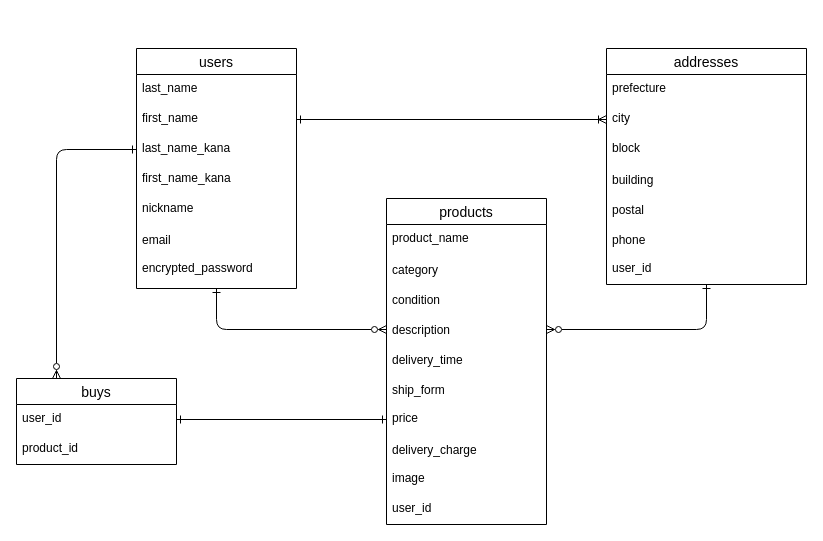
The draw.io diagram table_er.dio in MITSUAKIHAYAKAWA/furima-38209, before the edit. Source tidied: cells renumbered, new cells numbered last; positions are measured from the earlier drawing's top-left corner, leaving out a move shared by most shapes. Both pictures are drawn from the tidied source at 100%, with x=0, y=0 at pixel (16, 48).
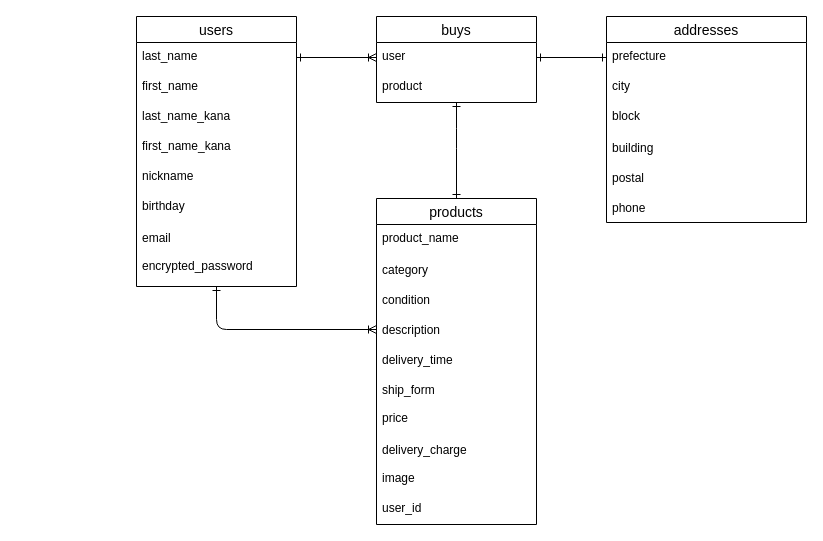
After the change.

The change refers to these unchanged cells:
```xml
<mxCell id="4" value="last_name" style="text;strokeColor=none;fillColor=none;spacingLeft=4;spacingRight=4;overflow=hidden;points=[[0,0.5],[1,0.5]];portConstraint=eastwest;fontSize=12;" parent="3" vertex="1">
  <mxGeometry y="26" width="160" height="30" as="geometry" />
</mxCell>
<mxCell id="5" value="first_name" style="text;strokeColor=none;fillColor=none;spacingLeft=4;spacingRight=4;overflow=hidden;points=[[0,0.5],[1,0.5]];portConstraint=eastwest;fontSize=12;" parent="3" vertex="1">
  <mxGeometry y="56" width="160" height="30" as="geometry" />
</mxCell>
<mxCell id="6" value="last_name_kana" style="text;strokeColor=none;fillColor=none;spacingLeft=4;spacingRight=4;overflow=hidden;points=[[0,0.5],[1,0.5]];portConstraint=eastwest;fontSize=12;" parent="3" vertex="1">
  <mxGeometry y="86" width="160" height="30" as="geometry" />
</mxCell>
<mxCell id="15" value="description" style="text;strokeColor=none;fillColor=none;align=left;verticalAlign=middle;spacingLeft=4;spacingRight=4;overflow=hidden;points=[[0,0.5],[1,0.5]];portConstraint=eastwest;" parent="11" vertex="1">
  <mxGeometry y="116" width="160" height="30" as="geometry" />
</mxCell>
<mxCell id="18" value="price" style="text;strokeColor=none;fillColor=none;spacingLeft=4;spacingRight=4;overflow=hidden;points=[[0,0.5],[1,0.5]];portConstraint=eastwest;fontSize=12;" parent="11" vertex="1">
  <mxGeometry y="206" width="160" height="30" as="geometry" />
</mxCell>
<mxCell id="24" value="prefecture" style="text;strokeColor=none;fillColor=none;spacingLeft=4;spacingRight=4;overflow=hidden;points=[[0,0.5],[1,0.5]];portConstraint=eastwest;fontSize=12;" parent="23" vertex="1">
  <mxGeometry y="26" width="200" height="30" as="geometry" />
</mxCell>
<mxCell id="25" value="city" style="text;strokeColor=none;fillColor=none;spacingLeft=4;spacingRight=4;overflow=hidden;points=[[0,0.5],[1,0.5]];portConstraint=eastwest;fontSize=12;" parent="23" vertex="1">
  <mxGeometry y="56" width="200" height="30" as="geometry" />
</mxCell>
```

What changed in the source:
```diff
@@
-    <mxCell id="2" style="edgeStyle=none;html=1;entryX=0;entryY=0.5;entryDx=0;entryDy=0;startArrow=ERone;startFill=0;endArrow=ERzeroToMany;endFill=0;" parent="1" edge="1" source="3" target="15">
+    <mxCell id="2" style="edgeStyle=none;html=1;entryX=0;entryY=0.5;entryDx=0;entryDy=0;startArrow=ERone;startFill=0;endArrow=ERoneToMany;endFill=0;" parent="1" edge="1" source="3" target="15">
       <mxGeometry relative="1" as="geometry">
         <Array as="points">
           <mxPoint x="200" y="281" />
         </Array>
       </mxGeometry>
     </mxCell>
     <mxCell id="3" value="users" style="swimlane;fontStyle=0;horizontal=1;startSize=26;align=center;fontSize=14;" parent="1" vertex="1">
-      <mxGeometry x="120" width="160" height="240" as="geometry" />
+      <mxGeometry x="120" y="-32" width="160" height="270" as="geometry" />
     </mxCell>
@@
+    <mxCell id="37" value="birthday" style="text;strokeColor=none;fillColor=none;spacingLeft=4;spacingRight=4;overflow=hidden;fontSize=12;" parent="3" vertex="1">
+      <mxGeometry y="176" width="160" height="30" as="geometry" />
+    </mxCell>
     <mxCell id="9" value="email" style="text;strokeColor=none;fillColor=none;align=left;verticalAlign=middle;spacingLeft=4;spacingRight=4;overflow=hidden;" parent="3" vertex="1">
-      <mxGeometry y="176" width="160" height="30" as="geometry" />
+      <mxGeometry y="206" width="160" height="30" as="geometry" />
     </mxCell>
     <mxCell id="10" value="encrypted_password" style="text;strokeColor=none;fillColor=none;spacingLeft=4;spacingRight=4;overflow=hidden;fontSize=12;" parent="3" vertex="1">
-      <mxGeometry y="206" width="160" height="34" as="geometry" />
+      <mxGeometry y="236" width="160" height="34" as="geometry" />
     </mxCell>
+    <mxCell id="38" style="edgeStyle=none;html=1;exitX=0.5;exitY=0;exitDx=0;exitDy=0;startArrow=ERone;startFill=0;endArrow=ERone;endFill=0;entryX=0.5;entryY=1;entryDx=0;entryDy=0;" parent="1" edge="1" source="11" target="31">
+      <mxGeometry relative="1" as="geometry">
+        <Array as="points">
+          <mxPoint x="440" y="90" />
+        </Array>
+      </mxGeometry>
+    </mxCell>
     <mxCell id="11" value="products" style="swimlane;fontStyle=0;horizontal=1;startSize=26;align=center;fontSize=14;" parent="1" vertex="1">
-      <mxGeometry x="370" y="150" width="160" height="326" as="geometry" />
+      <mxGeometry x="360" y="150" width="160" height="326" as="geometry" />
     </mxCell>
@@
-    <mxCell id="22" style="edgeStyle=none;html=1;entryX=1;entryY=0.5;entryDx=0;entryDy=0;startArrow=ERone;startFill=0;endArrow=ERzeroToMany;endFill=0;" parent="1" edge="1" source="23" target="15">
-      <mxGeometry relative="1" as="geometry">
-        <Array as="points">
-          <mxPoint x="690" y="281" />
-        </Array>
-      </mxGeometry>
-    </mxCell>
     <mxCell id="23" value="addresses" style="swimlane;fontStyle=0;horizontal=1;startSize=26;align=center;fontSize=14;" parent="1" vertex="1">
-      <mxGeometry x="590" width="200" height="236" as="geometry" />
+      <mxGeometry x="590" y="-32" width="200" height="206" as="geometry" />
     </mxCell>
@@
-    <mxCell id="30" value="user_id" style="text;strokeColor=none;fillColor=none;spacingLeft=4;spacingRight=4;overflow=hidden;fontSize=12;" parent="23" vertex="1">
-      <mxGeometry y="206" width="200" height="30" as="geometry" />
-    </mxCell>
     <mxCell id="31" value="buys" style="swimlane;fontStyle=0;horizontal=1;startSize=26;align=center;fontSize=14;" parent="1" vertex="1">
-      <mxGeometry y="330" width="160" height="86" as="geometry" />
+      <mxGeometry x="360" y="-32" width="160" height="86" as="geometry" />
     </mxCell>
-    <mxCell id="32" value="user_id" style="text;strokeColor=none;fillColor=none;spacingLeft=4;spacingRight=4;overflow=hidden;points=[[0,0.5],[1,0.5]];portConstraint=eastwest;fontSize=12;" parent="31" vertex="1">
+    <mxCell id="32" value="user" style="text;strokeColor=none;fillColor=none;spacingLeft=4;spacingRight=4;overflow=hidden;points=[[0,0.5],[1,0.5]];portConstraint=eastwest;fontSize=12;" parent="31" vertex="1">
       <mxGeometry y="26" width="160" height="30" as="geometry" />
     </mxCell>
-    <mxCell id="33" value="product_id" style="text;strokeColor=none;fillColor=none;spacingLeft=4;spacingRight=4;overflow=hidden;fontSize=12;" parent="31" vertex="1">
+    <mxCell id="33" value="product" style="text;strokeColor=none;fillColor=none;spacingLeft=4;spacingRight=4;overflow=hidden;fontSize=12;" parent="31" vertex="1">
       <mxGeometry y="56" width="160" height="30" as="geometry" />
     </mxCell>
-    <mxCell id="34" style="edgeStyle=none;html=1;exitX=1;exitY=0.5;exitDx=0;exitDy=0;entryX=0;entryY=0.5;entryDx=0;entryDy=0;endArrow=ERoneToMany;endFill=0;startArrow=ERone;startFill=0;" parent="1" edge="1" source="5" target="25">
-      <mxGeometry relative="1" as="geometry" />
-    </mxCell>
-    <mxCell id="35" style="edgeStyle=none;html=1;exitX=0;exitY=0.5;exitDx=0;exitDy=0;endArrow=ERzeroToMany;endFill=0;entryX=0.25;entryY=0;entryDx=0;entryDy=0;startArrow=ERone;startFill=0;" parent="1" edge="1" source="6" target="31">
-      <mxGeometry relative="1" as="geometry">
-        <Array as="points">
-          <mxPoint x="40" y="101" />
-        </Array>
-      </mxGeometry>
-    </mxCell>
-    <mxCell id="36" style="edgeStyle=none;html=1;exitX=0;exitY=0.5;exitDx=0;exitDy=0;entryX=1;entryY=0.5;entryDx=0;entryDy=0;endArrow=ERone;endFill=0;startArrow=ERone;startFill=0;" parent="1" edge="1" source="18" target="32">
-      <mxGeometry relative="1" as="geometry" />
-    </mxCell>
+    <mxCell id="39" style="edgeStyle=none;html=1;exitX=1;exitY=0.5;exitDx=0;exitDy=0;entryX=0;entryY=0.5;entryDx=0;entryDy=0;startArrow=ERone;startFill=0;endArrow=ERoneToMany;endFill=0;" parent="1" edge="1" source="4" target="32">
+      <mxGeometry relative="1" as="geometry" />
+    </mxCell>
+    <mxCell id="40" style="edgeStyle=none;html=1;exitX=0;exitY=0.5;exitDx=0;exitDy=0;entryX=1;entryY=0.5;entryDx=0;entryDy=0;startArrow=ERone;startFill=0;endArrow=ERone;endFill=0;" parent="1" edge="1" source="24" target="32">
+      <mxGeometry relative="1" as="geometry" />
+    </mxCell>
```
